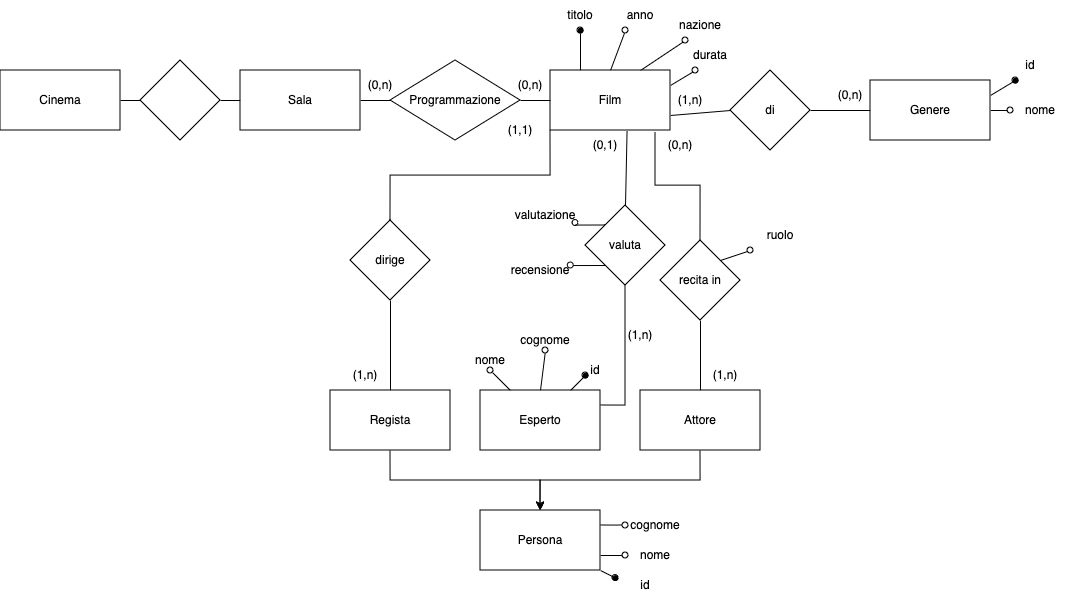
GekkeijuITA/BD keeps this draw.io diagram as Cinema.drawio.png. Above is the earlier version. Source tidied: cells renumbered, new cells last; positions are measured from the earlier drawing's top-left corner, leaving out a move shared by most shapes.
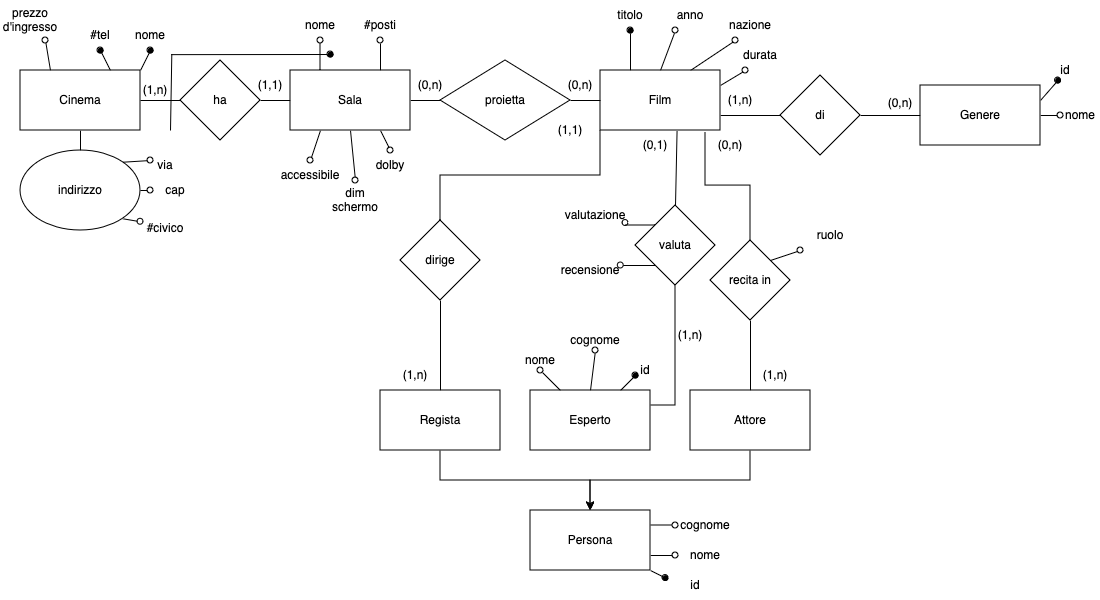
After the change.

Change to the diagram source:
```diff
@@ -2,8 +2,20 @@
   <root>
     <mxCell id="0" />
     <mxCell id="1" parent="0" />
+    <mxCell id="70" style="rounded=0;jettySize=auto;html=1;exitX=0.25;exitY=0;exitDx=0;exitDy=0;entryX=0.75;entryY=1;entryDx=0;entryDy=0;endArrow=oval;endFill=0;" parent="1" edge="1" source="2" target="85">
+      <mxGeometry relative="1" as="geometry" />
+    </mxCell>
+    <mxCell id="71" style="rounded=0;jettySize=auto;html=1;exitX=0.75;exitY=0;exitDx=0;exitDy=0;entryX=0.5;entryY=1;entryDx=0;entryDy=0;endArrow=oval;endFill=1;" parent="1" edge="1" source="2" target="84">
+      <mxGeometry relative="1" as="geometry" />
+    </mxCell>
+    <mxCell id="72" style="rounded=0;jettySize=auto;html=1;exitX=1;exitY=0;exitDx=0;exitDy=0;entryX=0.5;entryY=1;entryDx=0;entryDy=0;endArrow=oval;endFill=1;" parent="1" edge="1" source="2" target="79">
+      <mxGeometry relative="1" as="geometry" />
+    </mxCell>
+    <mxCell id="73" style="edgeStyle=orthogonalEdgeStyle;rounded=0;jettySize=auto;html=1;exitX=0.5;exitY=1;exitDx=0;exitDy=0;entryX=0.5;entryY=0;entryDx=0;entryDy=0;endArrow=none;endFill=0;" parent="1" edge="1" source="2" target="83">
+      <mxGeometry relative="1" as="geometry" />
+    </mxCell>
     <mxCell id="2" value="&lt;div&gt;Cinema&lt;/div&gt;" style="rounded=0;whiteSpace=wrap;html=1;" parent="1" vertex="1">
-      <mxGeometry y="70" width="120" height="60" as="geometry" />
+      <mxGeometry x="-30" y="70" width="120" height="60" as="geometry" />
     </mxCell>
     <mxCell id="3" style="edgeStyle=orthogonalEdgeStyle;rounded=0;jettySize=auto;html=1;exitX=1;exitY=0.5;exitDx=0;exitDy=0;entryX=0;entryY=0.5;entryDx=0;entryDy=0;endArrow=none;endFill=0;" parent="1" edge="1" source="5" target="13">
       <mxGeometry relative="1" as="geometry" />
@@ -11,6 +23,26 @@
     <mxCell id="4" style="edgeStyle=orthogonalEdgeStyle;rounded=0;jettySize=auto;html=1;exitX=0;exitY=0.5;exitDx=0;exitDy=0;entryX=1;entryY=0.5;entryDx=0;entryDy=0;endArrow=none;endFill=0;" parent="1" edge="1" source="5" target="19">
       <mxGeometry relative="1" as="geometry" />
     </mxCell>
+    <mxCell id="74" style="edgeStyle=orthogonalEdgeStyle;rounded=0;jettySize=auto;html=1;exitX=0.25;exitY=0;exitDx=0;exitDy=0;entryX=0.5;entryY=1;entryDx=0;entryDy=0;endArrow=oval;endFill=0;" parent="1" edge="1" source="5" target="88">
+      <mxGeometry relative="1" as="geometry">
+        <Array as="points">
+          <mxPoint x="270" y="60" />
+          <mxPoint x="270" y="60" />
+        </Array>
+      </mxGeometry>
+    </mxCell>
+    <mxCell id="75" style="rounded=0;jettySize=auto;html=1;exitX=0.75;exitY=0;exitDx=0;exitDy=0;entryX=0.5;entryY=1;entryDx=0;entryDy=0;endArrow=oval;endFill=0;" parent="1" edge="1" source="5" target="90">
+      <mxGeometry relative="1" as="geometry" />
+    </mxCell>
+    <mxCell id="76" style="rounded=0;jettySize=auto;html=1;exitX=0.25;exitY=1;exitDx=0;exitDy=0;entryX=0.5;entryY=0;entryDx=0;entryDy=0;endArrow=oval;endFill=0;" parent="1" edge="1" source="5" target="91">
+      <mxGeometry relative="1" as="geometry" />
+    </mxCell>
+    <mxCell id="77" style="rounded=0;jettySize=auto;html=1;exitX=0.75;exitY=1;exitDx=0;exitDy=0;entryX=0.5;entryY=0;entryDx=0;entryDy=0;endArrow=oval;endFill=0;" parent="1" edge="1" source="5" target="92">
+      <mxGeometry relative="1" as="geometry" />
+    </mxCell>
+    <mxCell id="78" style="rounded=0;jettySize=auto;html=1;exitX=0.5;exitY=1;exitDx=0;exitDy=0;entryX=0.5;entryY=0;entryDx=0;entryDy=0;endArrow=oval;endFill=0;" parent="1" edge="1" source="5" target="94">
+      <mxGeometry relative="1" as="geometry" />
+    </mxCell>
     <mxCell id="5" value="&lt;div&gt;Sala&lt;/div&gt;" style="rounded=0;whiteSpace=wrap;html=1;" parent="1" vertex="1">
       <mxGeometry x="240" y="70" width="120" height="60" as="geometry" />
     </mxCell>
@@ -35,7 +67,7 @@
     <mxCell id="12" style="edgeStyle=orthogonalEdgeStyle;rounded=0;jettySize=auto;html=1;exitX=1;exitY=0.5;exitDx=0;exitDy=0;entryX=0;entryY=0.5;entryDx=0;entryDy=0;endArrow=none;endFill=0;" parent="1" edge="1" source="13" target="11">
       <mxGeometry relative="1" as="geometry" />
     </mxCell>
-    <mxCell id="13" value="Programmazione" style="rhombus;whiteSpace=wrap;html=1;rounded=0;" parent="1" vertex="1">
+    <mxCell id="13" value="proietta" style="rhombus;whiteSpace=wrap;html=1;rounded=0;" parent="1" vertex="1">
       <mxGeometry x="390" y="60" width="130" height="80" as="geometry" />
     </mxCell>
     <mxCell id="14" style="edgeStyle=orthogonalEdgeStyle;rounded=0;jettySize=auto;html=1;exitX=1;exitY=0.25;exitDx=0;exitDy=0;entryX=0;entryY=0.5;entryDx=0;entryDy=0;endArrow=oval;endFill=0;" parent="1" edge="1" source="17" target="65">
@@ -58,8 +90,8 @@
     <mxCell id="18" style="edgeStyle=orthogonalEdgeStyle;rounded=0;jettySize=auto;html=1;exitX=0;exitY=0.5;exitDx=0;exitDy=0;entryX=1;entryY=0.5;entryDx=0;entryDy=0;endArrow=none;endFill=0;" parent="1" edge="1" source="19" target="2">
       <mxGeometry relative="1" as="geometry" />
     </mxCell>
-    <mxCell id="19" style="rhombus;whiteSpace=wrap;html=1;rounded=0;" parent="1" vertex="1">
-      <mxGeometry x="140" y="60" width="80" height="80" as="geometry" />
+    <mxCell id="19" value="ha" style="rhombus;whiteSpace=wrap;html=1;rounded=0;" parent="1" vertex="1">
+      <mxGeometry x="130" y="60" width="80" height="80" as="geometry" />
     </mxCell>
     <mxCell id="20" value="titolo" style="text;html=1;align=center;verticalAlign=middle;whiteSpace=wrap;rounded=0;" parent="1" vertex="1">
       <mxGeometry x="550" width="60" height="30" as="geometry" />
@@ -83,13 +115,13 @@
       <mxGeometry relative="1" as="geometry" />
     </mxCell>
     <mxCell id="27" value="Genere" style="rounded=0;whiteSpace=wrap;html=1;" parent="1" vertex="1">
-      <mxGeometry x="870" y="80" width="120" height="60" as="geometry" />
+      <mxGeometry x="870" y="85" width="120" height="60" as="geometry" />
     </mxCell>
     <mxCell id="28" value="id" style="text;html=1;align=center;verticalAlign=middle;whiteSpace=wrap;rounded=0;" parent="1" vertex="1">
-      <mxGeometry x="1000" y="50" width="60" height="30" as="geometry" />
+      <mxGeometry x="1000" y="60" width="30" height="20" as="geometry" />
     </mxCell>
     <mxCell id="29" value="nome" style="text;html=1;align=center;verticalAlign=middle;whiteSpace=wrap;rounded=0;" parent="1" vertex="1">
-      <mxGeometry x="1010" y="95" width="60" height="30" as="geometry" />
+      <mxGeometry x="1010" y="105" width="40" height="20" as="geometry" />
     </mxCell>
     <mxCell id="30" style="edgeStyle=orthogonalEdgeStyle;rounded=0;jettySize=auto;html=1;exitX=1;exitY=0.25;exitDx=0;exitDy=0;entryX=0.5;entryY=1;entryDx=0;entryDy=0;endArrow=none;endFill=0;" parent="1" edge="1" source="34" target="36">
       <mxGeometry relative="1" as="geometry" />
@@ -134,7 +166,7 @@
       <mxGeometry x="660" y="240" width="80" height="80" as="geometry" />
     </mxCell>
     <mxCell id="44" value="di" style="rhombus;whiteSpace=wrap;html=1;rounded=0;" parent="1" vertex="1">
-      <mxGeometry x="730" y="70" width="80" height="80" as="geometry" />
+      <mxGeometry x="730" y="75" width="80" height="80" as="geometry" />
     </mxCell>
     <mxCell id="45" style="rounded=0;jettySize=auto;html=1;exitX=0.5;exitY=0;exitDx=0;exitDy=0;entryX=0.5;entryY=1;entryDx=0;entryDy=0;endArrow=none;endFill=0;" parent="1" edge="1" source="47" target="49">
       <mxGeometry relative="1" as="geometry" />
@@ -170,7 +202,7 @@
       <mxGeometry x="660" y="85" width="60" height="30" as="geometry" />
     </mxCell>
     <mxCell id="56" value="(0,n)" style="text;html=1;align=center;verticalAlign=middle;whiteSpace=wrap;rounded=0;" parent="1" vertex="1">
-      <mxGeometry x="820" y="80" width="60" height="30" as="geometry" />
+      <mxGeometry x="830" y="90" width="40" height="25" as="geometry" />
     </mxCell>
     <mxCell id="57" value="(1,1)" style="text;html=1;align=center;verticalAlign=middle;whiteSpace=wrap;rounded=0;" parent="1" vertex="1">
       <mxGeometry x="490" y="115" width="60" height="30" as="geometry" />
@@ -211,5 +243,66 @@
     <mxCell id="69" value="id" style="text;html=1;align=center;verticalAlign=middle;whiteSpace=wrap;rounded=0;" parent="1" vertex="1">
       <mxGeometry x="585" y="360" width="20" height="20" as="geometry" />
     </mxCell>
+    <mxCell id="79" value="nome" style="text;html=1;align=center;verticalAlign=middle;whiteSpace=wrap;rounded=0;" parent="1" vertex="1">
+      <mxGeometry x="70" y="20" width="60" height="30" as="geometry" />
+    </mxCell>
+    <mxCell id="80" style="rounded=0;jettySize=auto;html=1;exitX=1;exitY=0;exitDx=0;exitDy=0;entryX=0;entryY=0.25;entryDx=0;entryDy=0;endArrow=oval;endFill=0;" parent="1" edge="1" source="83" target="89">
+      <mxGeometry relative="1" as="geometry" />
+    </mxCell>
+    <mxCell id="81" style="rounded=0;jettySize=auto;html=1;exitX=1;exitY=1;exitDx=0;exitDy=0;entryX=0;entryY=0.25;entryDx=0;entryDy=0;endArrow=oval;endFill=0;" parent="1" edge="1" source="83" target="93">
+      <mxGeometry relative="1" as="geometry" />
+    </mxCell>
+    <mxCell id="82" style="edgeStyle=orthogonalEdgeStyle;rounded=0;jettySize=auto;html=1;exitX=1;exitY=0.5;exitDx=0;exitDy=0;entryX=0;entryY=0.5;entryDx=0;entryDy=0;endArrow=oval;endFill=0;" parent="1" edge="1" source="83" target="95">
+      <mxGeometry relative="1" as="geometry" />
+    </mxCell>
+    <mxCell id="83" value="&lt;div&gt;indirizzo&lt;/div&gt;" style="ellipse;whiteSpace=wrap;html=1;" parent="1" vertex="1">
+      <mxGeometry x="-30" y="150" width="120" height="80" as="geometry" />
+    </mxCell>
+    <mxCell id="84" value="#tel" style="text;html=1;align=center;verticalAlign=middle;whiteSpace=wrap;rounded=0;" parent="1" vertex="1">
+      <mxGeometry x="20" y="20" width="60" height="30" as="geometry" />
+    </mxCell>
+    <mxCell id="85" value="prezzo d'ingresso" style="text;html=1;align=center;verticalAlign=middle;whiteSpace=wrap;rounded=0;" parent="1" vertex="1">
+      <mxGeometry x="-50" width="60" height="40" as="geometry" />
+    </mxCell>
+    <mxCell id="86" value="(1,n)" style="text;html=1;align=center;verticalAlign=middle;whiteSpace=wrap;rounded=0;" parent="1" vertex="1">
+      <mxGeometry x="90" y="80" width="30" height="20" as="geometry" />
+    </mxCell>
+    <mxCell id="87" value="(1,1)" style="text;html=1;align=center;verticalAlign=middle;whiteSpace=wrap;rounded=0;" parent="1" vertex="1">
+      <mxGeometry x="190" y="70" width="60" height="30" as="geometry" />
+    </mxCell>
+    <mxCell id="88" value="nome" style="text;html=1;align=center;verticalAlign=middle;whiteSpace=wrap;rounded=0;" parent="1" vertex="1">
+      <mxGeometry x="240" y="10" width="60" height="30" as="geometry" />
+    </mxCell>
+    <mxCell id="89" value="via" style="text;html=1;align=center;verticalAlign=middle;whiteSpace=wrap;rounded=0;" parent="1" vertex="1">
+      <mxGeometry x="100" y="155" width="30" height="20" as="geometry" />
+    </mxCell>
+    <mxCell id="90" value="#posti" style="text;html=1;align=center;verticalAlign=middle;whiteSpace=wrap;rounded=0;" parent="1" vertex="1">
+      <mxGeometry x="300" y="10" width="60" height="30" as="geometry" />
+    </mxCell>
+    <mxCell id="91" value="accessibile" style="text;html=1;align=center;verticalAlign=middle;whiteSpace=wrap;rounded=0;" parent="1" vertex="1">
+      <mxGeometry x="230" y="160" width="60" height="30" as="geometry" />
+    </mxCell>
+    <mxCell id="92" value="dolby" style="text;html=1;align=center;verticalAlign=middle;whiteSpace=wrap;rounded=0;" parent="1" vertex="1">
+      <mxGeometry x="310" y="150" width="60" height="30" as="geometry" />
+    </mxCell>
+    <mxCell id="93" value="#civico" style="text;html=1;align=center;verticalAlign=middle;whiteSpace=wrap;rounded=0;" parent="1" vertex="1">
+      <mxGeometry x="90" y="215" width="50" height="25" as="geometry" />
+    </mxCell>
+    <mxCell id="94" value="dim schermo" style="text;html=1;align=center;verticalAlign=middle;whiteSpace=wrap;rounded=0;" parent="1" vertex="1">
+      <mxGeometry x="275" y="180" width="60" height="40" as="geometry" />
+    </mxCell>
+    <mxCell id="95" value="cap" style="text;html=1;align=center;verticalAlign=middle;whiteSpace=wrap;rounded=0;" parent="1" vertex="1">
+      <mxGeometry x="100" y="175" width="50" height="30" as="geometry" />
+    </mxCell>
+    <mxCell id="96" style="endArrow=none;html=1;rounded=0;entryX=0.855;entryY=1.138;entryDx=0;entryDy=0;entryPerimeter=0;" parent="1" edge="1" target="79">
+      <mxGeometry relative="1" as="geometry">
+        <mxPoint x="120" y="130" as="sourcePoint" />
+      </mxGeometry>
+    </mxCell>
+    <mxCell id="97" style="endArrow=none;html=1;rounded=0;entryX=0.844;entryY=1.138;entryDx=0;entryDy=0;entryPerimeter=0;endFill=0;startArrow=oval;startFill=1;" parent="1" edge="1" target="79">
+      <mxGeometry relative="1" as="geometry">
+        <mxPoint x="280" y="54" as="sourcePoint" />
+      </mxGeometry>
+    </mxCell>
   </root>
 </mxGraphModel>
```
